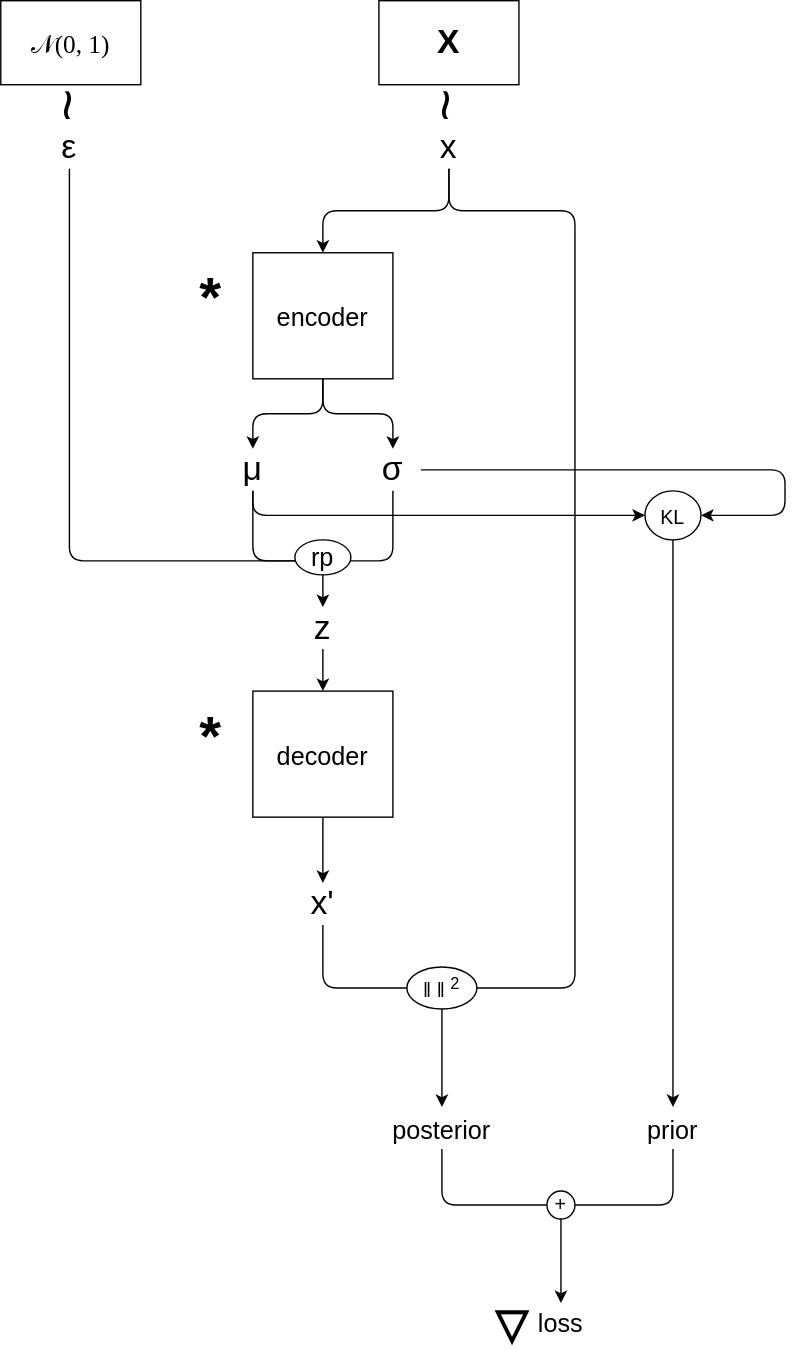
The draw.io diagram source/images/diagram-vae.drawio.svg in k-l-lambda/k-l-lambda.github.io, before a commit. Source tidied: cells renumbered, new cells last; positions are measured from the earlier drawing's top-left corner, leaving out a move shared by most shapes.
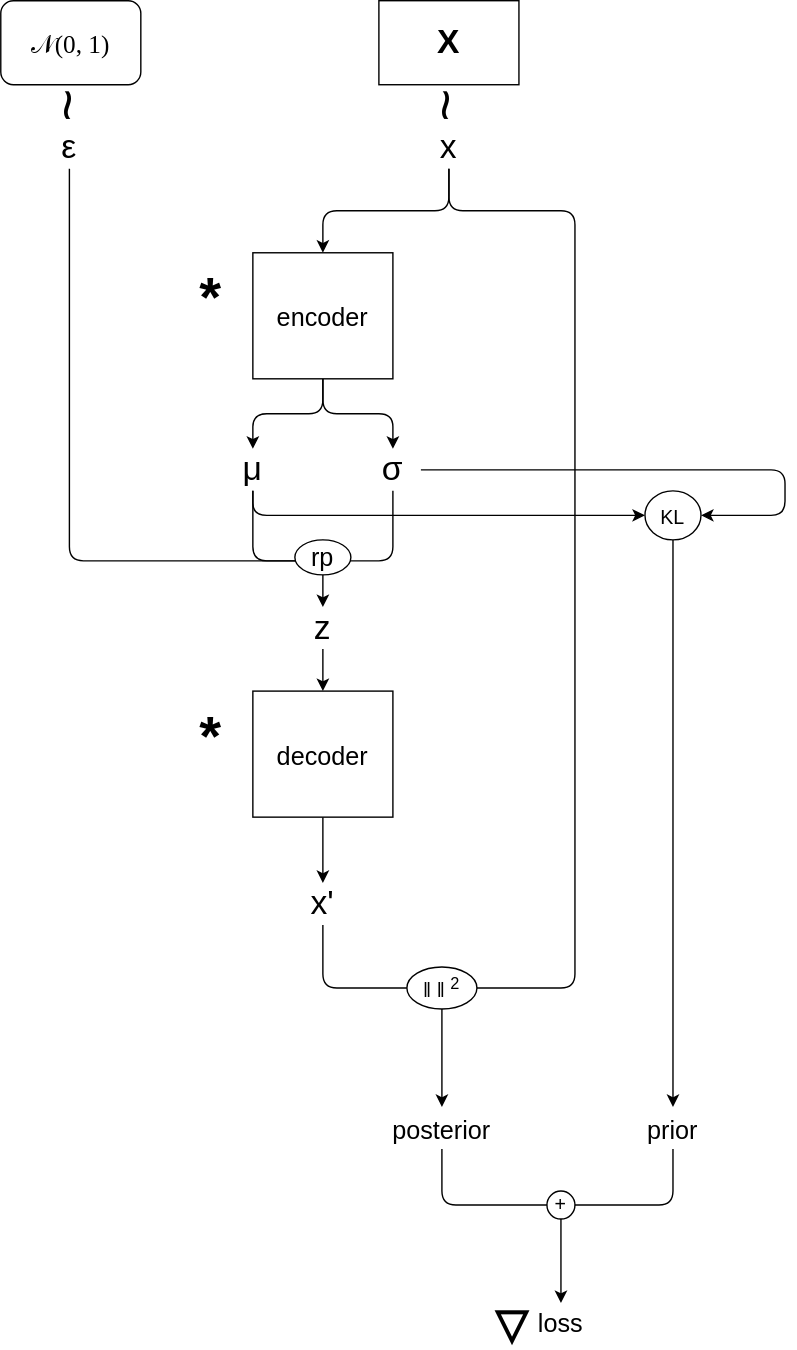
The same diagram one commit later.

What changed in the source:
```diff
@@ -139,7 +139,7 @@
     <mxCell id="39" style="group;fontFamily=Courier New;fontStyle=0;" parent="1" vertex="1">
       <mxGeometry x="4" width="100" height="90" as="geometry" />
     </mxCell>
-    <mxCell id="40" value="&lt;font style=&quot;font-weight: normal; font-size: 18px;&quot; face=&quot;Times New Roman&quot;&gt;𝒩(0, 1)&lt;/font&gt;" style="whiteSpace=wrap;html=1;fontSize=24;fontStyle=1;" parent="39" vertex="1">
+    <mxCell id="40" value="&lt;font style=&quot;font-weight: normal; font-size: 18px;&quot; face=&quot;Times New Roman&quot;&gt;𝒩(0, 1)&lt;/font&gt;" style="whiteSpace=wrap;html=1;fontSize=24;fontStyle=1;rounded=1;" parent="39" vertex="1">
       <mxGeometry x="-4" width="100" height="60" as="geometry" />
     </mxCell>
     <mxCell id="41" style="edgeStyle=none;html=1;" parent="39" edge="1" source="42" target="40">
```
